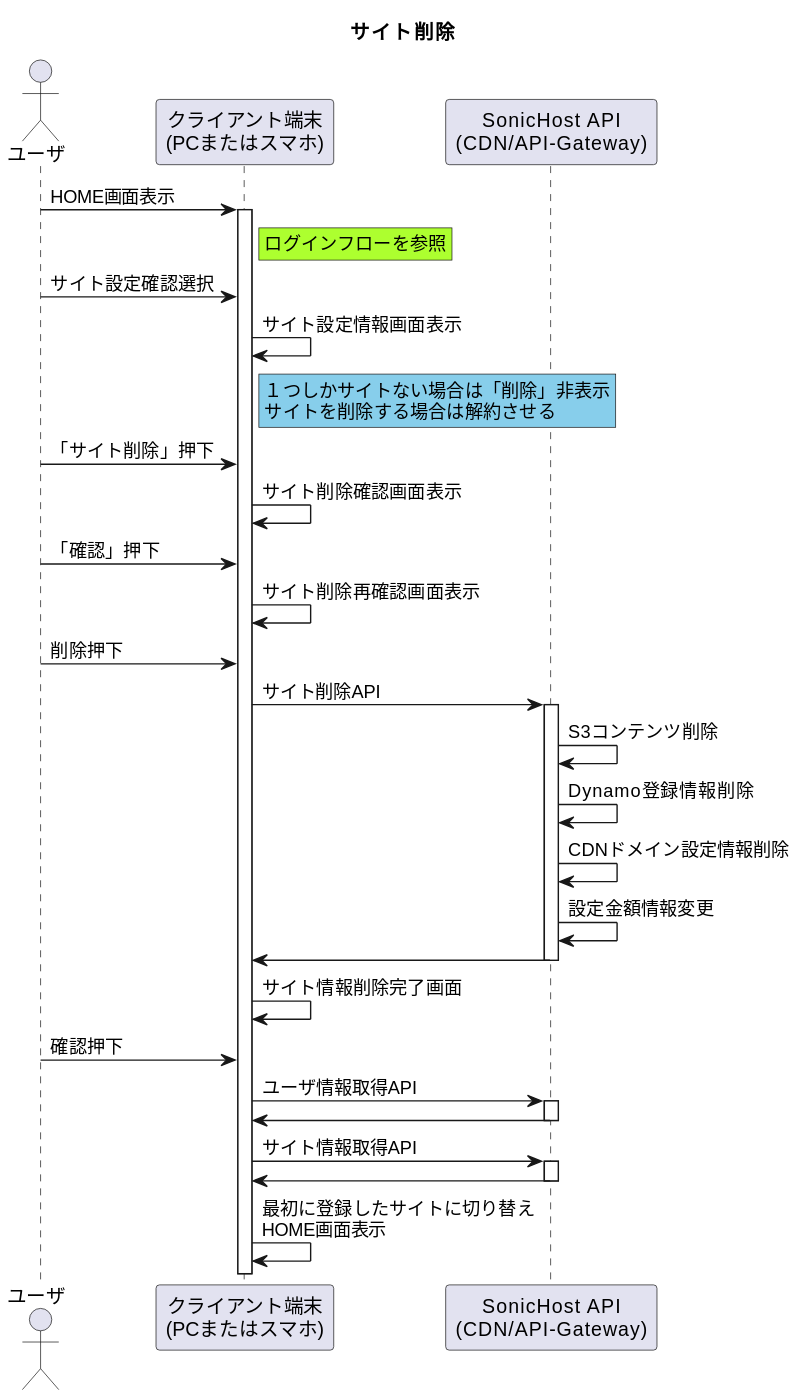
Above: 01_Sequences/03_SiteRegistration/03_deleteSite/deleteSiteFlow.svg in Sonic-Host/documents (PlantUML), before the change. The source it was exported from:
```plantuml
@startuml
title サイト削除

actor "ユーザ" as user
participant "クライアント端末\n(PCまたはスマホ)" as device
participant "SonicHost API\n(CDN/API-Gateway)" as api

user -> device ++: HOME画面表示
rnote right of device #GreenYellow
    ログインフローを参照
end note
user -> device : サイト設定確認選択
device -> device : サイト設定情報画面表示
rnote right of device #SkyBlue
    １つしかサイトない場合は「削除」非表示
    サイトを削除する場合は解約させる
end note
user -> device : 「サイト削除」押下
device -> device : サイト削除確認画面表示
user -> device : 「確認」押下
device -> device : サイト削除再確認画面表示
user -> device : 削除押下
device -> api ++ : サイト削除API
api -> api : S3コンテンツ削除
api -> api : Dynamo登録情報削除
api -> api : CDNドメイン設定情報削除
api -> api : 設定金額情報変更
device <- api --
device -> device : サイト情報削除完了画面
user -> device : 確認押下
device -> api ++ : ユーザ情報取得API
device <- api --
device -> api ++ : サイト情報取得API
device <- api --
device -> device : 最初に登録したサイトに切り替え\nHOME画面表示
@enduml
```
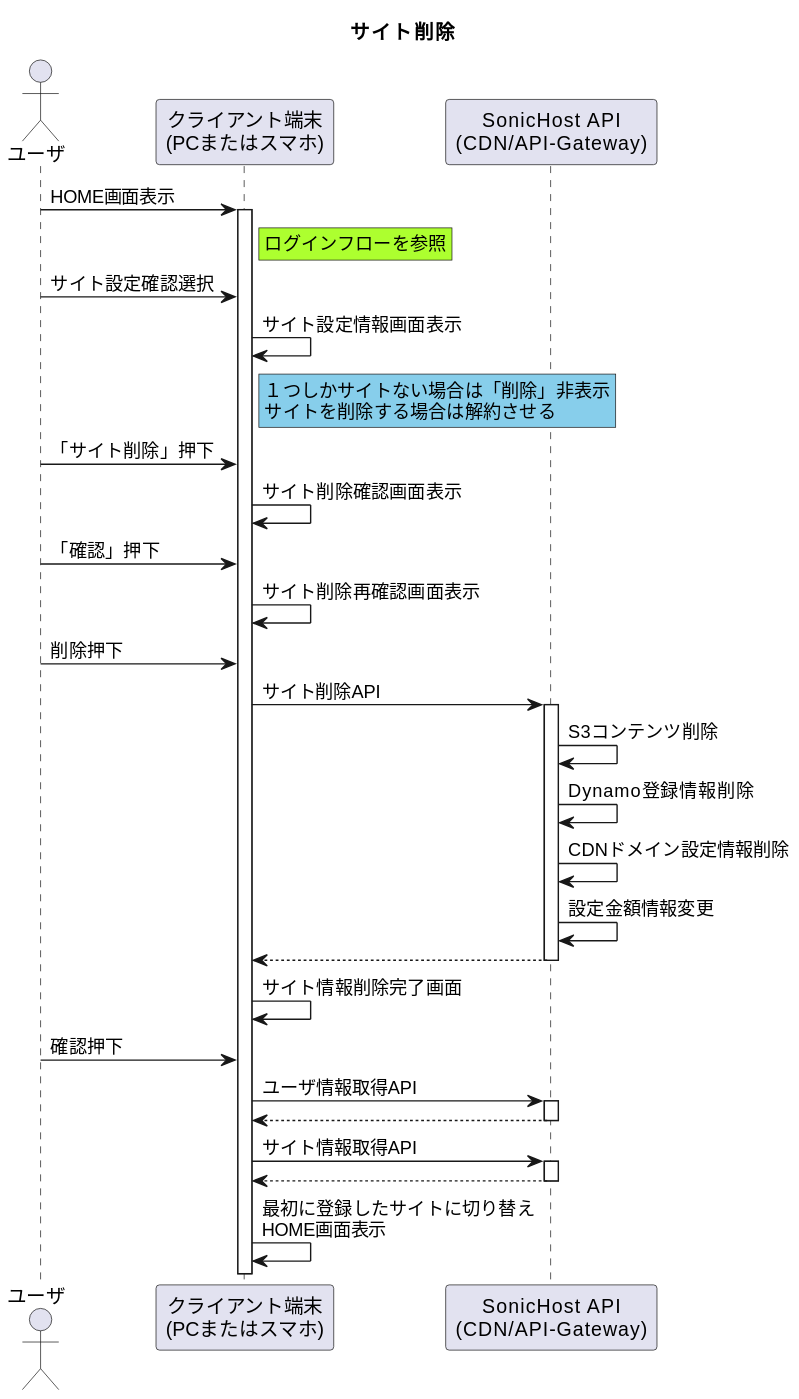
Above is the later version.

The edit, as a diff of the source:
```diff
@@ -25,12 +25,12 @@
 api -> api : Dynamo登録情報削除
 api -> api : CDNドメイン設定情報削除
 api -> api : 設定金額情報変更
-device <- api --
+device <-- api --
 device -> device : サイト情報削除完了画面
 user -> device : 確認押下
 device -> api ++ : ユーザ情報取得API
-device <- api --
+device <-- api --
 device -> api ++ : サイト情報取得API
-device <- api --
+device <-- api --
 device -> device : 最初に登録したサイトに切り替え\nHOME画面表示
 @enduml
```
